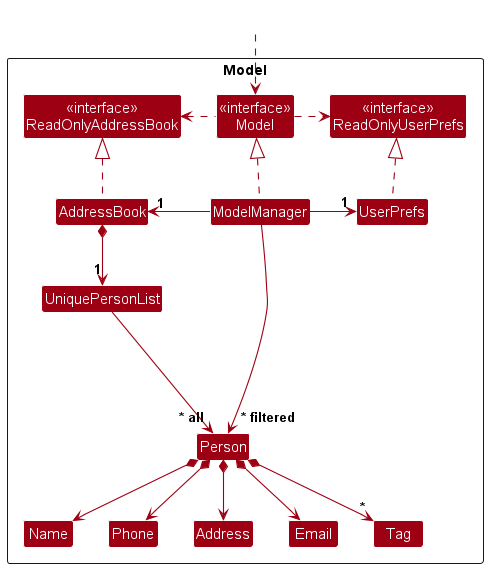
Before: docs/images/dg/ModelClassDiagram.png, a diagram exported from PlantUML (shamesjen/tp).
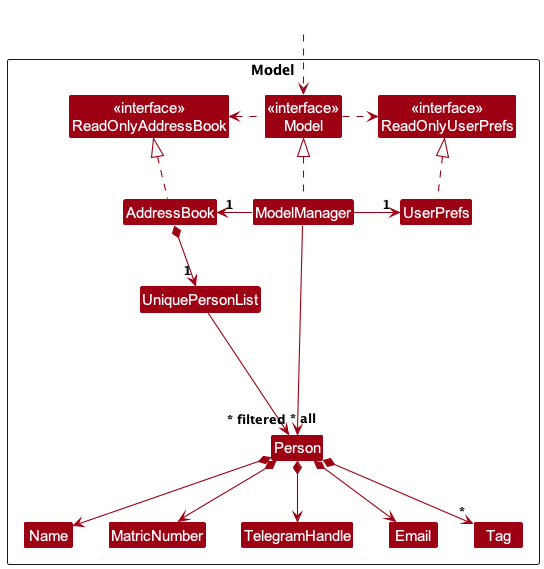
Above is the later version.

What changed in the source:
```diff
@@ -14,10 +14,10 @@
 
 Class UniquePersonList
 Class Person
-Class Address
+Class TelegramHandle
 Class Email
 Class Name
-Class Phone
+Class MatricNumber
 Class Tag
 
 Class I #FFFFFF
@@ -38,17 +38,17 @@
 AddressBook *--> "1" UniquePersonList
 UniquePersonList --> "~* all" Person
 Person *--> Name
-Person *--> Phone
+Person *--> MatricNumber
 Person *--> Email
-Person *--> Address
+Person *--> TelegramHandle
 Person *--> "*" Tag
 
 Person -[hidden]up--> I
 UniquePersonList -[hidden]right-> I
 
-Name -[hidden]right-> Phone
-Phone -[hidden]right-> Address
-Address -[hidden]right-> Email
+Name -[hidden]right-> MatricNumber
+MatricNumber -[hidden]right-> TelegramHandle
+TelegramHandle -[hidden]right-> Email
 
 ModelManager --> "~* filtered" Person
 @enduml
```
